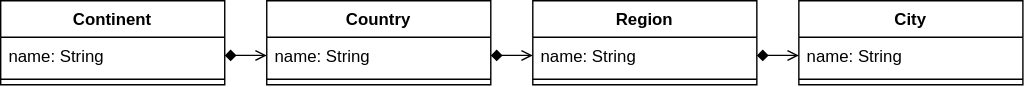
The draw.io diagram src/content/docs/blog/img/posts/2021-05-15-connecting-meta-models/world-meta-model.drawio.svg in moosetechnology/moosetechnology.github.io, before a commit. Source tidied: cells renumbered, new cells last; positions are measured from the earlier drawing's top-left corner, leaving out a move shared by most shapes.
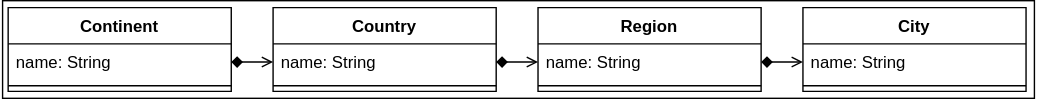
The same file after the commit.

Commit message:
background to SVG image in 2021-05-15-connecting-meta-models

Change to the diagram source:
```diff
@@ -2,6 +2,9 @@
   <root>
     <mxCell id="0" />
     <mxCell id="1" parent="0" />
+    <mxCell id="17" style="rounded=0;whiteSpace=wrap;html=1;" parent="1" vertex="1">
+      <mxGeometry x="-4" y="-5" width="740" height="70" as="geometry" />
+    </mxCell>
     <mxCell id="2" value="Continent" style="swimlane;fontStyle=1;align=center;verticalAlign=top;horizontal=1;startSize=26;" parent="1" vertex="1">
       <mxGeometry width="160" height="60" as="geometry" />
     </mxCell>
```
